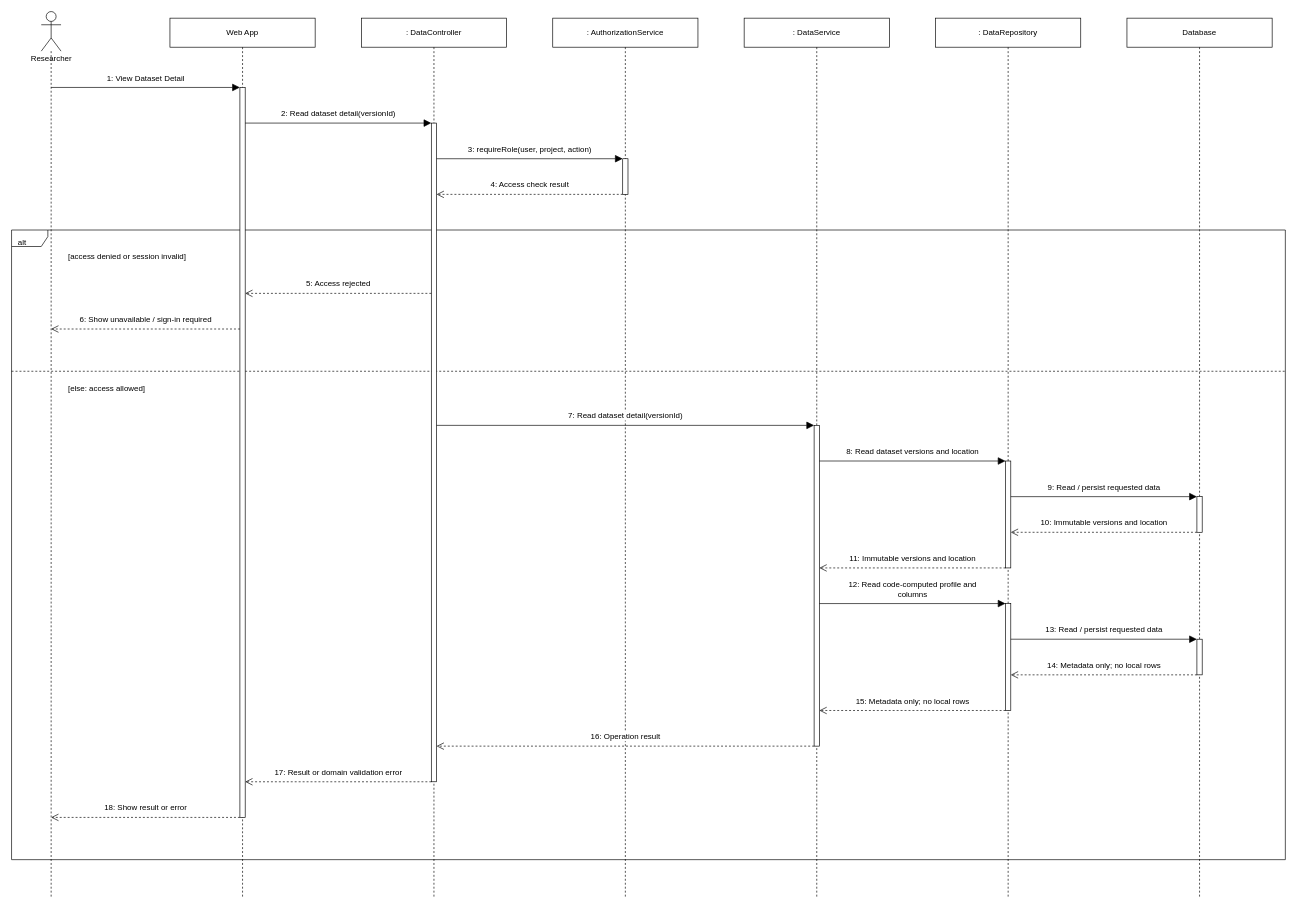
Before: page "View Dataset Detail" (2 of 12) of diagrams/08-sequence/03-data-management/Sequence-Diagrams-Data-Management.drawio in openai-scientist/docs, a draw.io diagram. Source tidied: cells renumbered, new cells numbered last; positions are measured from the earlier drawing's top-left corner, leaving out a move shared by most shapes. Both pictures are drawn from the tidied source at 66%, with x=0, y=0 at pixel (11, 11).
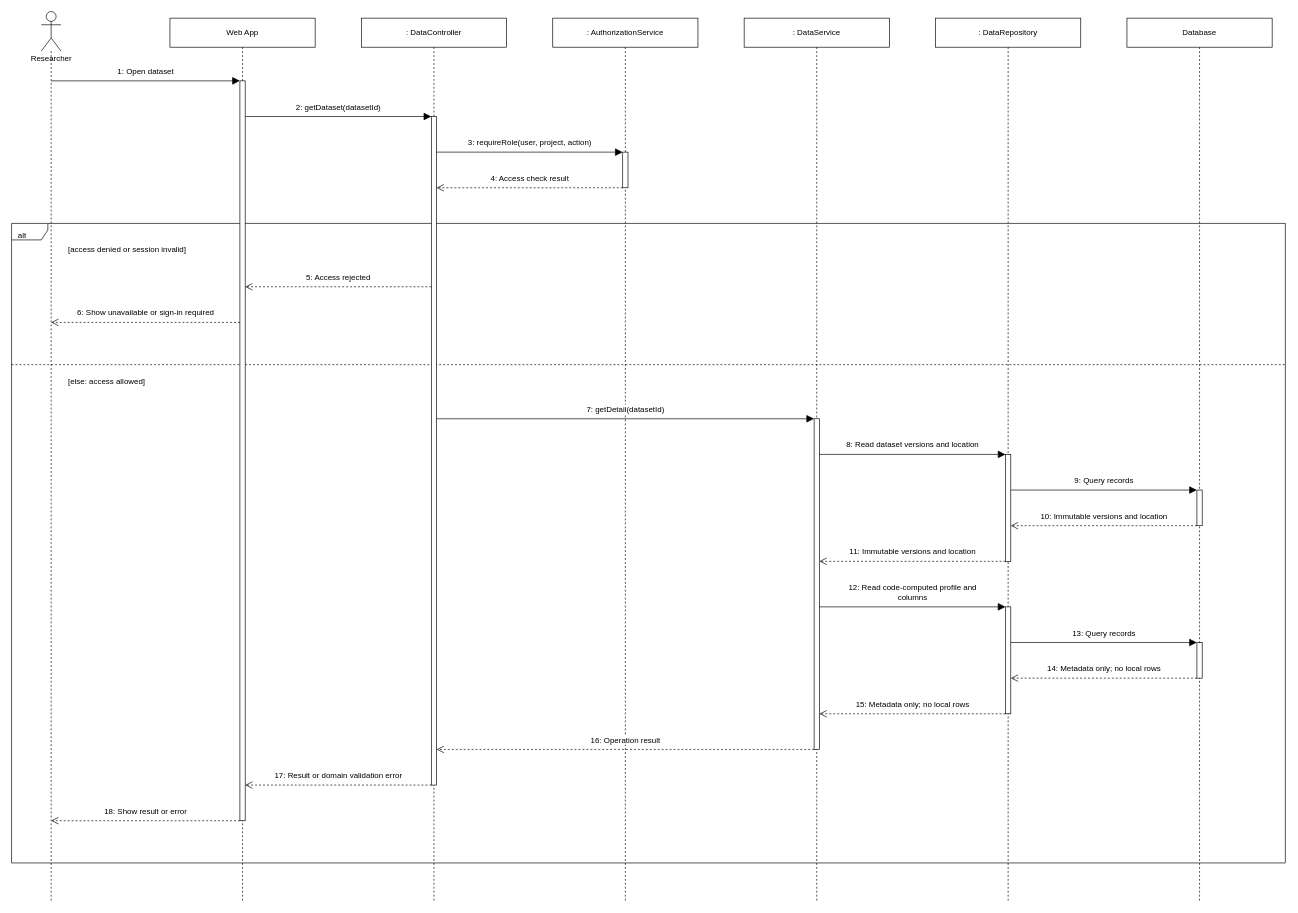
Above is the later version.

The edit, as a diff of the source:
```diff
@@
     <mxCell id="2" value="alt" style="html=1;fontFamily=Arial;fontSize=12;fontColor=#000000;strokeColor=#000000;strokeWidth=1;fillColor=#FFFFFF;shape=umlFrame;fillColor=none;width=55;height=25;align=left;verticalAlign=top;spacingLeft=8;spacingTop=5;" parent="1" vertex="1">
-      <mxGeometry y="331" width="1930" height="954" as="geometry" />
+      <mxGeometry y="321" width="1930" height="969" as="geometry" />
     </mxCell>
     <mxCell id="3" value="[access denied or session invalid]" style="html=1;fontFamily=Arial;fontSize=12;fontColor=#000000;strokeColor=#000000;strokeWidth=1;fillColor=#FFFFFF;text;strokeColor=none;fillColor=none;align=left;verticalAlign=top;" parent="1" vertex="1">
-      <mxGeometry x="84" y="357" width="1831" height="30" as="geometry" />
+      <mxGeometry x="84" y="347" width="1831" height="30" as="geometry" />
     </mxCell>
     <mxCell id="4" value="[else: access allowed]" style="html=1;fontFamily=Arial;fontSize=12;fontColor=#000000;strokeColor=#000000;strokeWidth=1;fillColor=#FFFFFF;text;strokeColor=none;fillColor=none;align=left;verticalAlign=top;" parent="1" vertex="1">
-      <mxGeometry x="84" y="557" width="1831" height="30" as="geometry" />
+      <mxGeometry x="84" y="547" width="1831" height="30" as="geometry" />
     </mxCell>
     <mxCell id="5" style="html=1;fontFamily=Arial;fontSize=12;fontColor=#000000;strokeColor=#000000;strokeWidth=1;fillColor=#FFFFFF;dashed=1;endArrow=none;" parent="1" edge="1">
       <mxGeometry relative="1" as="geometry">
-        <mxPoint y="545" as="sourcePoint" />
-        <mxPoint x="1930" y="545" as="targetPoint" />
+        <mxPoint y="535" as="sourcePoint" />
+        <mxPoint x="1930" y="535" as="targetPoint" />
       </mxGeometry>
     </mxCell>
     <mxCell id="6" value="Researcher" style="html=1;fontFamily=Arial;fontSize=12;fontColor=#000000;strokeColor=#000000;strokeWidth=1;fillColor=#FFFFFF;shape=umlLifeline;participant=umlActor;size=60;perimeter=lifelinePerimeter;verticalAlign=bottom;spacingBottom=-20;" parent="1" vertex="1">
-      <mxGeometry x="45" width="30" height="1343" as="geometry" />
+      <mxGeometry x="45" width="30" height="1348" as="geometry" />
     </mxCell>
     <mxCell id="7" value="Web App" style="html=1;fontFamily=Arial;fontSize=12;fontColor=#000000;strokeColor=#000000;strokeWidth=1;fillColor=#FFFFFF;shape=umlLifeline;size=44;perimeter=lifelinePerimeter;whiteSpace=wrap;" parent="1" vertex="1">
-      <mxGeometry x="240" y="10" width="220" height="1333" as="geometry" />
+      <mxGeometry x="240" y="10" width="220" height="1338" as="geometry" />
     </mxCell>
     <mxCell id="8" value=": DataController" style="html=1;fontFamily=Arial;fontSize=12;fontColor=#000000;strokeColor=#000000;strokeWidth=1;fillColor=#FFFFFF;shape=umlLifeline;size=44;perimeter=lifelinePerimeter;whiteSpace=wrap;" parent="1" vertex="1">
-      <mxGeometry x="530" y="10" width="220" height="1333" as="geometry" />
+      <mxGeometry x="530" y="10" width="220" height="1338" as="geometry" />
     </mxCell>
     <mxCell id="9" value=": AuthorizationService" style="html=1;fontFamily=Arial;fontSize=12;fontColor=#000000;strokeColor=#000000;strokeWidth=1;fillColor=#FFFFFF;shape=umlLifeline;size=44;perimeter=lifelinePerimeter;whiteSpace=wrap;" parent="1" vertex="1">
-      <mxGeometry x="820" y="10" width="220" height="1333" as="geometry" />
+      <mxGeometry x="820" y="10" width="220" height="1338" as="geometry" />
     </mxCell>
     <mxCell id="10" value=": DataService" style="html=1;fontFamily=Arial;fontSize=12;fontColor=#000000;strokeColor=#000000;strokeWidth=1;fillColor=#FFFFFF;shape=umlLifeline;size=44;perimeter=lifelinePerimeter;whiteSpace=wrap;" parent="1" vertex="1">
-      <mxGeometry x="1110" y="10" width="220" height="1333" as="geometry" />
+      <mxGeometry x="1110" y="10" width="220" height="1338" as="geometry" />
     </mxCell>
     <mxCell id="11" value=": DataRepository" style="html=1;fontFamily=Arial;fontSize=12;fontColor=#000000;strokeColor=#000000;strokeWidth=1;fillColor=#FFFFFF;shape=umlLifeline;size=44;perimeter=lifelinePerimeter;whiteSpace=wrap;" parent="1" vertex="1">
-      <mxGeometry x="1400" y="10" width="220" height="1333" as="geometry" />
+      <mxGeometry x="1400" y="10" width="220" height="1338" as="geometry" />
     </mxCell>
     <mxCell id="12" value="Database" style="html=1;fontFamily=Arial;fontSize=12;fontColor=#000000;strokeColor=#000000;strokeWidth=1;fillColor=#FFFFFF;shape=umlLifeline;size=44;perimeter=lifelinePerimeter;whiteSpace=wrap;" parent="1" vertex="1">
-      <mxGeometry x="1690" y="10" width="220" height="1333" as="geometry" />
+      <mxGeometry x="1690" y="10" width="220" height="1338" as="geometry" />
     </mxCell>
     <mxCell id="13" style="html=1;fontFamily=Arial;fontSize=12;fontColor=#000000;strokeColor=#000000;strokeWidth=1;fillColor=#FFFFFF;" parent="7" vertex="1">
-      <mxGeometry x="106" y="105" width="8" height="1106" as="geometry" />
+      <mxGeometry x="106" y="95" width="8" height="1121" as="geometry" />
     </mxCell>
     <mxCell id="14" style="html=1;fontFamily=Arial;fontSize=12;fontColor=#000000;strokeColor=#000000;strokeWidth=1;fillColor=#FFFFFF;" parent="8" vertex="1">
-      <mxGeometry x="106" y="159" width="8" height="998" as="geometry" />
+      <mxGeometry x="106" y="149" width="8" height="1013" as="geometry" />
     </mxCell>
     <mxCell id="15" style="html=1;fontFamily=Arial;fontSize=12;fontColor=#000000;strokeColor=#000000;strokeWidth=1;fillColor=#FFFFFF;" parent="9" vertex="1">
-      <mxGeometry x="106" y="213" width="8" height="54" as="geometry" />
+      <mxGeometry x="106" y="203" width="8" height="54" as="geometry" />
     </mxCell>
     <mxCell id="16" style="html=1;fontFamily=Arial;fontSize=12;fontColor=#000000;strokeColor=#000000;strokeWidth=1;fillColor=#FFFFFF;" parent="10" vertex="1">
-      <mxGeometry x="106" y="617" width="8" height="486" as="geometry" />
+      <mxGeometry x="106" y="607" width="8" height="501" as="geometry" />
     </mxCell>
     <mxCell id="17" style="html=1;fontFamily=Arial;fontSize=12;fontColor=#000000;strokeColor=#000000;strokeWidth=1;fillColor=#FFFFFF;" parent="11" vertex="1">
-      <mxGeometry x="106" y="671" width="8" height="162" as="geometry" />
+      <mxGeometry x="106" y="661" width="8" height="162" as="geometry" />
     </mxCell>
     <mxCell id="18" style="html=1;fontFamily=Arial;fontSize=12;fontColor=#000000;strokeColor=#000000;strokeWidth=1;fillColor=#FFFFFF;" parent="11" vertex="1">
-      <mxGeometry x="106" y="887" width="8" height="162" as="geometry" />
+      <mxGeometry x="106" y="892" width="8" height="162" as="geometry" />
     </mxCell>
     <mxCell id="19" style="html=1;fontFamily=Arial;fontSize=12;fontColor=#000000;strokeColor=#000000;strokeWidth=1;fillColor=#FFFFFF;" parent="12" vertex="1">
-      <mxGeometry x="106" y="725" width="8" height="54" as="geometry" />
+      <mxGeometry x="106" y="715" width="8" height="54" as="geometry" />
     </mxCell>
     <mxCell id="20" style="html=1;fontFamily=Arial;fontSize=12;fontColor=#000000;strokeColor=#000000;strokeWidth=1;fillColor=#FFFFFF;" parent="12" vertex="1">
-      <mxGeometry x="106" y="941" width="8" height="54" as="geometry" />
+      <mxGeometry x="106" y="946" width="8" height="54" as="geometry" />
     </mxCell>
-    <mxCell id="21" value="1: View Dataset Detail" style="html=1;fontFamily=Arial;fontSize=12;fontColor=#000000;strokeColor=#000000;strokeWidth=1;fillColor=#FFFFFF;edgeStyle=none;rounded=0;endSize=9;endArrow=block;endFill=1;labelBackgroundColor=#FFFFFF;verticalAlign=bottom;spacingBottom=5;exitX=0.5;exitY=0.08562918838421445;entryX=0;entryY=0.0;exitPerimeter=0;entryPerimeter=0;" parent="1" edge="1" source="6" target="13">
+    <mxCell id="21" value="1: Open dataset" style="html=1;fontFamily=Arial;fontSize=12;fontColor=#000000;strokeColor=#000000;strokeWidth=1;fillColor=#FFFFFF;edgeStyle=none;rounded=0;endSize=9;endArrow=block;endFill=1;labelBackgroundColor=#FFFFFF;verticalAlign=bottom;spacingBottom=5;exitX=0.5;exitY=0.07789317507418397;entryX=0;entryY=0.0;exitPerimeter=0;entryPerimeter=0;" parent="1" edge="1" source="6" target="13">
       <mxGeometry relative="1" as="geometry" />
     </mxCell>
-    <mxCell id="22" value="2: Read dataset detail(versionId)" style="html=1;fontFamily=Arial;fontSize=12;fontColor=#000000;strokeColor=#000000;strokeWidth=1;fillColor=#FFFFFF;edgeStyle=none;rounded=0;endSize=9;endArrow=block;endFill=1;labelBackgroundColor=#FFFFFF;verticalAlign=bottom;spacingBottom=5;exitX=1;exitY=0.048824593128390596;entryX=0;entryY=0.0;exitPerimeter=0;entryPerimeter=0;" parent="1" edge="1" source="13" target="14">
+    <mxCell id="22" value="2: getDataset(datasetId)" style="html=1;fontFamily=Arial;fontSize=12;fontColor=#000000;strokeColor=#000000;strokeWidth=1;fillColor=#FFFFFF;edgeStyle=none;rounded=0;endSize=9;endArrow=block;endFill=1;labelBackgroundColor=#FFFFFF;verticalAlign=bottom;spacingBottom=5;exitX=1;exitY=0.04817127564674398;entryX=0;entryY=0.0;exitPerimeter=0;entryPerimeter=0;" parent="1" edge="1" source="13" target="14">
       <mxGeometry relative="1" as="geometry" />
     </mxCell>
-    <mxCell id="23" value="3: requireRole(user, project, action)" style="html=1;fontFamily=Arial;fontSize=12;fontColor=#000000;strokeColor=#000000;strokeWidth=1;fillColor=#FFFFFF;edgeStyle=none;rounded=0;endSize=9;endArrow=block;endFill=1;labelBackgroundColor=#FFFFFF;verticalAlign=bottom;spacingBottom=5;exitX=1;exitY=0.05410821643286573;entryX=0;entryY=0.0;exitPerimeter=0;entryPerimeter=0;" parent="1" edge="1" source="14" target="15">
+    <mxCell id="23" value="3: requireRole(user, project, action)" style="html=1;fontFamily=Arial;fontSize=12;fontColor=#000000;strokeColor=#000000;strokeWidth=1;fillColor=#FFFFFF;edgeStyle=none;rounded=0;endSize=9;endArrow=block;endFill=1;labelBackgroundColor=#FFFFFF;verticalAlign=bottom;spacingBottom=5;exitX=1;exitY=0.05330700888450148;entryX=0;entryY=0.0;exitPerimeter=0;entryPerimeter=0;" parent="1" edge="1" source="14" target="15">
       <mxGeometry relative="1" as="geometry" />
     </mxCell>
-    <mxCell id="24" value="4: Access check result" style="html=1;fontFamily=Arial;fontSize=12;fontColor=#000000;strokeColor=#000000;strokeWidth=1;fillColor=#FFFFFF;edgeStyle=none;rounded=0;endSize=9;dashed=1;endArrow=open;endFill=0;labelBackgroundColor=#FFFFFF;verticalAlign=bottom;spacingBottom=5;exitX=0;exitY=1.0;entryX=1;entryY=0.10821643286573146;exitPerimeter=0;entryPerimeter=0;" parent="1" edge="1" source="15" target="14">
+    <mxCell id="24" value="4: Access check result" style="html=1;fontFamily=Arial;fontSize=12;fontColor=#000000;strokeColor=#000000;strokeWidth=1;fillColor=#FFFFFF;edgeStyle=none;rounded=0;endSize=9;dashed=1;endArrow=open;endFill=0;labelBackgroundColor=#FFFFFF;verticalAlign=bottom;spacingBottom=5;exitX=0;exitY=1.0;entryX=1;entryY=0.10661401776900296;exitPerimeter=0;entryPerimeter=0;" parent="1" edge="1" source="15" target="14">
       <mxGeometry relative="1" as="geometry" />
     </mxCell>
-    <mxCell id="25" value="5: Access rejected" style="html=1;fontFamily=Arial;fontSize=12;fontColor=#000000;strokeColor=#000000;strokeWidth=1;fillColor=#FFFFFF;edgeStyle=none;rounded=0;endSize=9;dashed=1;endArrow=open;endFill=0;labelBackgroundColor=#FFFFFF;verticalAlign=bottom;spacingBottom=5;exitX=0;exitY=0.25851703406813625;entryX=1;entryY=0.2820976491862568;exitPerimeter=0;entryPerimeter=0;" parent="1" edge="1" source="14" target="13">
+    <mxCell id="25" value="5: Access rejected" style="html=1;fontFamily=Arial;fontSize=12;fontColor=#000000;strokeColor=#000000;strokeWidth=1;fillColor=#FFFFFF;edgeStyle=none;rounded=0;endSize=9;dashed=1;endArrow=open;endFill=0;labelBackgroundColor=#FFFFFF;verticalAlign=bottom;spacingBottom=5;exitX=0;exitY=0.25468904244817375;entryX=1;entryY=0.2783229259589652;exitPerimeter=0;entryPerimeter=0;" parent="1" edge="1" source="14" target="13">
       <mxGeometry relative="1" as="geometry" />
     </mxCell>
-    <mxCell id="26" value="6: Show unavailable / sign-in required" style="html=1;fontFamily=Arial;fontSize=12;fontColor=#000000;strokeColor=#000000;strokeWidth=1;fillColor=#FFFFFF;edgeStyle=none;rounded=0;endSize=9;dashed=1;endArrow=open;endFill=0;labelBackgroundColor=#FFFFFF;verticalAlign=bottom;spacingBottom=5;exitX=0;exitY=0.3309222423146474;entryX=0.5;entryY=0.35815338793745344;exitPerimeter=0;entryPerimeter=0;" parent="1" edge="1" source="13" target="6">
+    <mxCell id="26" value="6: Show unavailable or sign-in required" style="html=1;fontFamily=Arial;fontSize=12;fontColor=#000000;strokeColor=#000000;strokeWidth=1;fillColor=#FFFFFF;edgeStyle=none;rounded=0;endSize=9;dashed=1;endArrow=open;endFill=0;labelBackgroundColor=#FFFFFF;verticalAlign=bottom;spacingBottom=5;exitX=0;exitY=0.3264942016057092;entryX=0.5;entryY=0.34940652818991097;exitPerimeter=0;entryPerimeter=0;" parent="1" edge="1" source="13" target="6">
       <mxGeometry relative="1" as="geometry" />
     </mxCell>
-    <mxCell id="27" value="7: Read dataset detail(versionId)" style="html=1;fontFamily=Arial;fontSize=12;fontColor=#000000;strokeColor=#000000;strokeWidth=1;fillColor=#FFFFFF;edgeStyle=none;rounded=0;endSize=9;endArrow=block;endFill=1;labelBackgroundColor=#FFFFFF;verticalAlign=bottom;spacingBottom=5;exitX=1;exitY=0.4589178356713427;entryX=0;entryY=0.0;exitPerimeter=0;entryPerimeter=0;" parent="1" edge="1" source="14" target="16">
+    <mxCell id="27" value="7: getDetail(datasetId)" style="html=1;fontFamily=Arial;fontSize=12;fontColor=#000000;strokeColor=#000000;strokeWidth=1;fillColor=#FFFFFF;edgeStyle=none;rounded=0;endSize=9;endArrow=block;endFill=1;labelBackgroundColor=#FFFFFF;verticalAlign=bottom;spacingBottom=5;exitX=1;exitY=0.4521224086870681;entryX=0;entryY=0.0;exitPerimeter=0;entryPerimeter=0;" parent="1" edge="1" source="14" target="16">
       <mxGeometry relative="1" as="geometry" />
     </mxCell>
-    <mxCell id="28" value="8: Read dataset versions and location" style="html=1;fontFamily=Arial;fontSize=12;fontColor=#000000;strokeColor=#000000;strokeWidth=1;fillColor=#FFFFFF;edgeStyle=none;rounded=0;endSize=9;endArrow=block;endFill=1;labelBackgroundColor=#FFFFFF;verticalAlign=bottom;spacingBottom=5;exitX=1;exitY=0.1111111111111111;entryX=0;entryY=0.0;exitPerimeter=0;entryPerimeter=0;" parent="1" edge="1" source="16" target="17">
+    <mxCell id="28" value="8: Read dataset versions and location" style="html=1;fontFamily=Arial;fontSize=12;fontColor=#000000;strokeColor=#000000;strokeWidth=1;fillColor=#FFFFFF;edgeStyle=none;rounded=0;endSize=9;endArrow=block;endFill=1;labelBackgroundColor=#FFFFFF;verticalAlign=bottom;spacingBottom=5;exitX=1;exitY=0.10778443113772455;entryX=0;entryY=0.0;exitPerimeter=0;entryPerimeter=0;" parent="1" edge="1" source="16" target="17">
       <mxGeometry relative="1" as="geometry" />
     </mxCell>
-    <mxCell id="29" value="9: Read / persist requested data" style="html=1;fontFamily=Arial;fontSize=12;fontColor=#000000;strokeColor=#000000;strokeWidth=1;fillColor=#FFFFFF;edgeStyle=none;rounded=0;endSize=9;endArrow=block;endFill=1;labelBackgroundColor=#FFFFFF;verticalAlign=bottom;spacingBottom=5;exitX=1;exitY=0.3333333333333333;entryX=0;entryY=0.0;exitPerimeter=0;entryPerimeter=0;" parent="1" edge="1" source="17" target="19">
+    <mxCell id="29" value="9: Query records" style="html=1;fontFamily=Arial;fontSize=12;fontColor=#000000;strokeColor=#000000;strokeWidth=1;fillColor=#FFFFFF;edgeStyle=none;rounded=0;endSize=9;endArrow=block;endFill=1;labelBackgroundColor=#FFFFFF;verticalAlign=bottom;spacingBottom=5;exitX=1;exitY=0.3333333333333333;entryX=0;entryY=0.0;exitPerimeter=0;entryPerimeter=0;" parent="1" edge="1" source="17" target="19">
       <mxGeometry relative="1" as="geometry" />
     </mxCell>
@@
-    <mxCell id="31" value="11: Immutable versions and location" style="html=1;fontFamily=Arial;fontSize=12;fontColor=#000000;strokeColor=#000000;strokeWidth=1;fillColor=#FFFFFF;edgeStyle=none;rounded=0;endSize=9;dashed=1;endArrow=open;endFill=0;labelBackgroundColor=#FFFFFF;verticalAlign=bottom;spacingBottom=5;exitX=0;exitY=1.0;entryX=1;entryY=0.4444444444444444;exitPerimeter=0;entryPerimeter=0;" parent="1" edge="1" source="17" target="16">
+    <mxCell id="31" value="11: Immutable versions and location" style="html=1;fontFamily=Arial;fontSize=12;fontColor=#000000;strokeColor=#000000;strokeWidth=1;fillColor=#FFFFFF;edgeStyle=none;rounded=0;endSize=9;dashed=1;endArrow=open;endFill=0;labelBackgroundColor=#FFFFFF;verticalAlign=bottom;spacingBottom=5;exitX=0;exitY=1.0;entryX=1;entryY=0.4311377245508982;exitPerimeter=0;entryPerimeter=0;" parent="1" edge="1" source="17" target="16">
       <mxGeometry relative="1" as="geometry" />
     </mxCell>
-    <mxCell id="32" value="12: Read code-computed profile and&lt;br&gt;columns" style="html=1;fontFamily=Arial;fontSize=12;fontColor=#000000;strokeColor=#000000;strokeWidth=1;fillColor=#FFFFFF;edgeStyle=none;rounded=0;endSize=9;endArrow=block;endFill=1;labelBackgroundColor=#FFFFFF;verticalAlign=bottom;spacingBottom=5;exitX=1;exitY=0.5555555555555556;entryX=0;entryY=0.0;exitPerimeter=0;entryPerimeter=0;" parent="1" edge="1" source="16" target="18">
+    <mxCell id="32" value="12: Read code-computed profile and&lt;br&gt;columns" style="html=1;fontFamily=Arial;fontSize=12;fontColor=#000000;strokeColor=#000000;strokeWidth=1;fillColor=#FFFFFF;edgeStyle=none;rounded=0;endSize=9;endArrow=block;endFill=1;labelBackgroundColor=#FFFFFF;verticalAlign=bottom;spacingBottom=5;exitX=1;exitY=0.5688622754491018;entryX=0;entryY=0.0;exitPerimeter=0;entryPerimeter=0;" parent="1" edge="1" source="16" target="18">
       <mxGeometry relative="1" as="geometry" />
     </mxCell>
-    <mxCell id="33" value="13: Read / persist requested data" style="html=1;fontFamily=Arial;fontSize=12;fontColor=#000000;strokeColor=#000000;strokeWidth=1;fillColor=#FFFFFF;edgeStyle=none;rounded=0;endSize=9;endArrow=block;endFill=1;labelBackgroundColor=#FFFFFF;verticalAlign=bottom;spacingBottom=5;exitX=1;exitY=0.3333333333333333;entryX=0;entryY=0.0;exitPerimeter=0;entryPerimeter=0;" parent="1" edge="1" source="18" target="20">
+    <mxCell id="33" value="13: Query records" style="html=1;fontFamily=Arial;fontSize=12;fontColor=#000000;strokeColor=#000000;strokeWidth=1;fillColor=#FFFFFF;edgeStyle=none;rounded=0;endSize=9;endArrow=block;endFill=1;labelBackgroundColor=#FFFFFF;verticalAlign=bottom;spacingBottom=5;exitX=1;exitY=0.3333333333333333;entryX=0;entryY=0.0;exitPerimeter=0;entryPerimeter=0;" parent="1" edge="1" source="18" target="20">
       <mxGeometry relative="1" as="geometry" />
     </mxCell>
@@
-    <mxCell id="35" value="15: Metadata only; no local rows" style="html=1;fontFamily=Arial;fontSize=12;fontColor=#000000;strokeColor=#000000;strokeWidth=1;fillColor=#FFFFFF;edgeStyle=none;rounded=0;endSize=9;dashed=1;endArrow=open;endFill=0;labelBackgroundColor=#FFFFFF;verticalAlign=bottom;spacingBottom=5;exitX=0;exitY=1.0;entryX=1;entryY=0.8888888888888888;exitPerimeter=0;entryPerimeter=0;" parent="1" edge="1" source="18" target="16">
+    <mxCell id="35" value="15: Metadata only; no local rows" style="html=1;fontFamily=Arial;fontSize=12;fontColor=#000000;strokeColor=#000000;strokeWidth=1;fillColor=#FFFFFF;edgeStyle=none;rounded=0;endSize=9;dashed=1;endArrow=open;endFill=0;labelBackgroundColor=#FFFFFF;verticalAlign=bottom;spacingBottom=5;exitX=0;exitY=1.0;entryX=1;entryY=0.8922155688622755;exitPerimeter=0;entryPerimeter=0;" parent="1" edge="1" source="18" target="16">
       <mxGeometry relative="1" as="geometry" />
     </mxCell>
-    <mxCell id="36" value="16: Operation result" style="html=1;fontFamily=Arial;fontSize=12;fontColor=#000000;strokeColor=#000000;strokeWidth=1;fillColor=#FFFFFF;edgeStyle=none;rounded=0;endSize=9;dashed=1;endArrow=open;endFill=0;labelBackgroundColor=#FFFFFF;verticalAlign=bottom;spacingBottom=5;exitX=0;exitY=1.0;entryX=1;entryY=0.9458917835671342;exitPerimeter=0;entryPerimeter=0;" parent="1" edge="1" source="16" target="14">
+    <mxCell id="36" value="16: Operation result" style="html=1;fontFamily=Arial;fontSize=12;fontColor=#000000;strokeColor=#000000;strokeWidth=1;fillColor=#FFFFFF;edgeStyle=none;rounded=0;endSize=9;dashed=1;endArrow=open;endFill=0;labelBackgroundColor=#FFFFFF;verticalAlign=bottom;spacingBottom=5;exitX=0;exitY=1.0;entryX=1;entryY=0.9466929911154985;exitPerimeter=0;entryPerimeter=0;" parent="1" edge="1" source="16" target="14">
       <mxGeometry relative="1" as="geometry" />
     </mxCell>
-    <mxCell id="37" value="17: Result or domain validation error" style="html=1;fontFamily=Arial;fontSize=12;fontColor=#000000;strokeColor=#000000;strokeWidth=1;fillColor=#FFFFFF;edgeStyle=none;rounded=0;endSize=9;dashed=1;endArrow=open;endFill=0;labelBackgroundColor=#FFFFFF;verticalAlign=bottom;spacingBottom=5;exitX=0;exitY=1.0;entryX=1;entryY=0.9511754068716094;exitPerimeter=0;entryPerimeter=0;" parent="1" edge="1" source="14" target="13">
+    <mxCell id="37" value="17: Result or domain validation error" style="html=1;fontFamily=Arial;fontSize=12;fontColor=#000000;strokeColor=#000000;strokeWidth=1;fillColor=#FFFFFF;edgeStyle=none;rounded=0;endSize=9;dashed=1;endArrow=open;endFill=0;labelBackgroundColor=#FFFFFF;verticalAlign=bottom;spacingBottom=5;exitX=0;exitY=1.0;entryX=1;entryY=0.951828724353256;exitPerimeter=0;entryPerimeter=0;" parent="1" edge="1" source="14" target="13">
       <mxGeometry relative="1" as="geometry" />
     </mxCell>
-    <mxCell id="38" value="18: Show result or error" style="html=1;fontFamily=Arial;fontSize=12;fontColor=#000000;strokeColor=#000000;strokeWidth=1;fillColor=#FFFFFF;edgeStyle=none;rounded=0;endSize=9;dashed=1;endArrow=open;endFill=0;labelBackgroundColor=#FFFFFF;verticalAlign=bottom;spacingBottom=5;exitX=0;exitY=1.0;entryX=0.5;entryY=0.9091586001489204;exitPerimeter=0;entryPerimeter=0;" parent="1" edge="1" source="13" target="6">
+    <mxCell id="38" value="18: Show result or error" style="html=1;fontFamily=Arial;fontSize=12;fontColor=#000000;strokeColor=#000000;strokeWidth=1;fillColor=#FFFFFF;edgeStyle=none;rounded=0;endSize=9;dashed=1;endArrow=open;endFill=0;labelBackgroundColor=#FFFFFF;verticalAlign=bottom;spacingBottom=5;exitX=0;exitY=1.0;entryX=0.5;entryY=0.9094955489614244;exitPerimeter=0;entryPerimeter=0;" parent="1" edge="1" source="13" target="6">
       <mxGeometry relative="1" as="geometry" />
     </mxCell>
```
